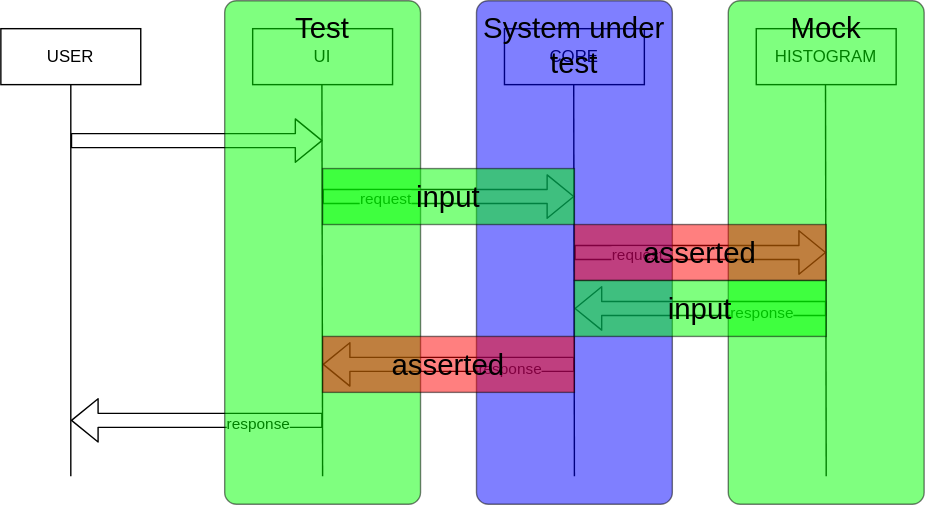
Before: doc/src/main/markdown/example/coverage/core.drawio.svg, a diagram exported from draw.io (Mastercard/flow). Source tidied: cells renumbered, new cells last; positions are measured from the earlier drawing's top-left corner, leaving out a move shared by most shapes.
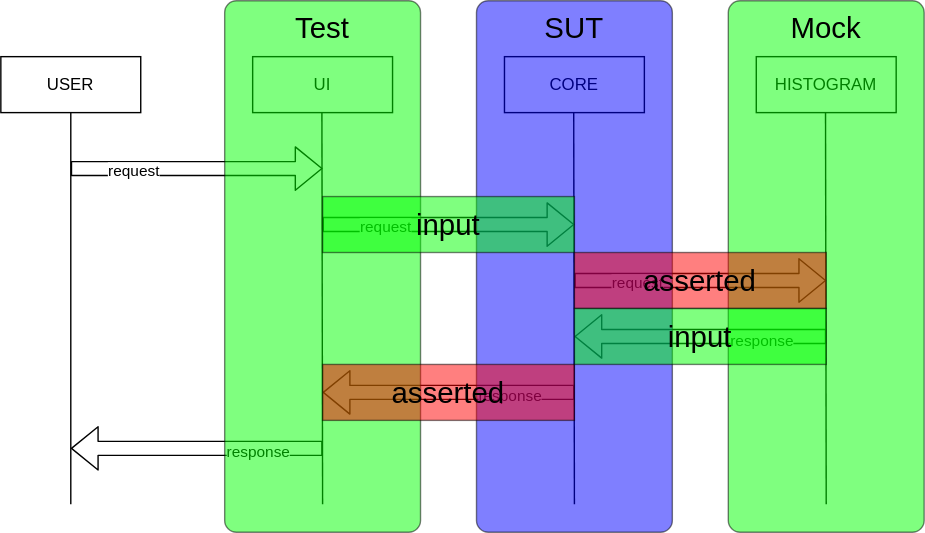
Above is the later version.

Diff of the diagram source:
```diff
@@ -2,16 +2,16 @@
   <root>
     <mxCell id="0" />
     <mxCell id="1" parent="0" />
-    <mxCell id="2" value="USER" style="rounded=0;whiteSpace=wrap;html=1;" parent="1" vertex="1">
+    <mxCell id="2" value="USER" style="rounded=0;whiteSpace=wrap;html=1;fillColor=none;" parent="1" vertex="1">
       <mxGeometry y="20" width="100" height="40" as="geometry" />
     </mxCell>
-    <mxCell id="3" value="UI" style="rounded=0;whiteSpace=wrap;html=1;" parent="1" vertex="1">
+    <mxCell id="3" value="UI" style="rounded=0;whiteSpace=wrap;html=1;fillColor=none;" parent="1" vertex="1">
       <mxGeometry x="180" y="20" width="100" height="40" as="geometry" />
     </mxCell>
-    <mxCell id="4" value="CORE" style="rounded=0;whiteSpace=wrap;html=1;" parent="1" vertex="1">
+    <mxCell id="4" value="CORE" style="rounded=0;whiteSpace=wrap;html=1;fillColor=none;" parent="1" vertex="1">
       <mxGeometry x="360" y="20" width="100" height="40" as="geometry" />
     </mxCell>
-    <mxCell id="5" value="HISTOGRAM" style="rounded=0;whiteSpace=wrap;html=1;" parent="1" vertex="1">
+    <mxCell id="5" value="HISTOGRAM" style="rounded=0;whiteSpace=wrap;html=1;fillColor=none;" parent="1" vertex="1">
       <mxGeometry x="540" y="20" width="100" height="40" as="geometry" />
     </mxCell>
     <mxCell id="6" style="endArrow=none;html=1;entryX=0.5;entryY=1;entryDx=0;entryDy=0;" parent="1" edge="1" target="2">
@@ -37,12 +37,6 @@
         <mxPoint x="589.5" y="60" as="targetPoint" />
       </mxGeometry>
     </mxCell>
-    <mxCell id="10" style="shape=flexArrow;endArrow=classic;html=1;" parent="1" edge="1">
-      <mxGeometry relative="1" as="geometry">
-        <mxPoint x="50" y="100" as="sourcePoint" />
-        <mxPoint x="230" y="100" as="targetPoint" />
-      </mxGeometry>
-    </mxCell>
     <mxCell id="11" style="shape=flexArrow;endArrow=classic;html=1;" parent="1" edge="1">
       <mxGeometry relative="1" as="geometry">
         <mxPoint x="230" y="300" as="sourcePoint" />
@@ -88,21 +82,30 @@
     <mxCell id="20" value="response" style="edgeLabel;html=1;align=center;verticalAlign=middle;" parent="19" vertex="1">
       <mxGeometry x="-0.48" y="2" relative="1" as="geometry" />
     </mxCell>
+    <mxCell id="28" style="shape=flexArrow;endArrow=classic;html=1;" parent="1" edge="1">
+      <mxGeometry relative="1" as="geometry">
+        <mxPoint x="50" y="100" as="sourcePoint" />
+        <mxPoint x="230" y="100" as="targetPoint" />
+      </mxGeometry>
+    </mxCell>
+    <mxCell id="29" value="request" style="edgeLabel;html=1;align=center;verticalAlign=middle;" parent="28" vertex="1">
+      <mxGeometry x="-0.51" y="-1" relative="1" as="geometry" />
+    </mxCell>
+    <mxCell id="22" value="&lt;font style=&quot;font-size: 21px;&quot;&gt;Test&lt;/font&gt;" style="rounded=1;whiteSpace=wrap;html=1;fillColor=#00FF00;fontColor=#000000;strokeColor=#000000;opacity=50;glass=0;shadow=0;imageVerticalAlign=middle;absoluteArcSize=0;arcSize=6;verticalAlign=top;" parent="1" vertex="1">
+      <mxGeometry x="160" y="-20" width="140" height="380" as="geometry" />
+    </mxCell>
-    <mxCell id="21" value="&lt;font style=&quot;font-size: 21px;&quot;&gt;System under test&lt;/font&gt;" style="rounded=1;whiteSpace=wrap;html=1;fillColor=#0000FF;fontColor=#000000;strokeColor=#000000;opacity=50;glass=0;shadow=0;imageVerticalAlign=middle;absoluteArcSize=0;arcSize=6;verticalAlign=top;" parent="1" vertex="1">
-      <mxGeometry x="340" width="140" height="360" as="geometry" />
+    <mxCell id="21" value="&lt;font style=&quot;font-size: 21px;&quot;&gt;SUT&lt;/font&gt;" style="rounded=1;whiteSpace=wrap;html=1;fillColor=#0000FF;fontColor=#000000;strokeColor=#000000;opacity=50;glass=0;shadow=0;imageVerticalAlign=middle;absoluteArcSize=0;arcSize=6;verticalAlign=top;" parent="1" vertex="1">
+      <mxGeometry x="340" y="-20" width="140" height="380" as="geometry" />
     </mxCell>
-    <mxCell id="22" value="&lt;font style=&quot;font-size: 21px;&quot;&gt;Test&lt;/font&gt;" style="rounded=1;whiteSpace=wrap;html=1;fillColor=#00FF00;fontColor=#000000;strokeColor=#000000;opacity=50;glass=0;shadow=0;imageVerticalAlign=middle;absoluteArcSize=0;arcSize=6;verticalAlign=top;" parent="1" vertex="1">
-      <mxGeometry x="160" width="140" height="360" as="geometry" />
-    </mxCell>
     <mxCell id="23" value="&lt;font style=&quot;font-size: 21px;&quot;&gt;Mock&lt;/font&gt;" style="rounded=1;whiteSpace=wrap;html=1;fillColor=#00FF00;fontColor=#000000;strokeColor=#000000;opacity=50;glass=0;shadow=0;imageVerticalAlign=middle;absoluteArcSize=0;arcSize=6;verticalAlign=top;" parent="1" vertex="1">
-      <mxGeometry x="520" width="140" height="360" as="geometry" />
+      <mxGeometry x="520" y="-20" width="140" height="380" as="geometry" />
     </mxCell>
+    <mxCell id="25" value="input" style="rounded=0;whiteSpace=wrap;html=1;fontSize=21;opacity=50;fillColor=#00FF00;fontColor=#000000;" parent="1" vertex="1">
+      <mxGeometry x="230" y="120" width="180" height="40" as="geometry" />
+    </mxCell>
     <mxCell id="24" value="asserted" style="rounded=0;whiteSpace=wrap;html=1;fontSize=21;opacity=50;fillColor=#FF0000;fontColor=#000000;" parent="1" vertex="1">
       <mxGeometry x="230" y="240" width="180" height="40" as="geometry" />
     </mxCell>
-    <mxCell id="25" value="input" style="rounded=0;whiteSpace=wrap;html=1;fontSize=21;opacity=50;fillColor=#00FF00;fontColor=#000000;" parent="1" vertex="1">
-      <mxGeometry x="230" y="120" width="180" height="40" as="geometry" />
-    </mxCell>
     <mxCell id="26" value="asserted" style="rounded=0;whiteSpace=wrap;html=1;fontSize=21;opacity=50;fillColor=#FF0000;fontColor=#000000;" parent="1" vertex="1">
       <mxGeometry x="410" y="160" width="180" height="40" as="geometry" />
     </mxCell>
```
